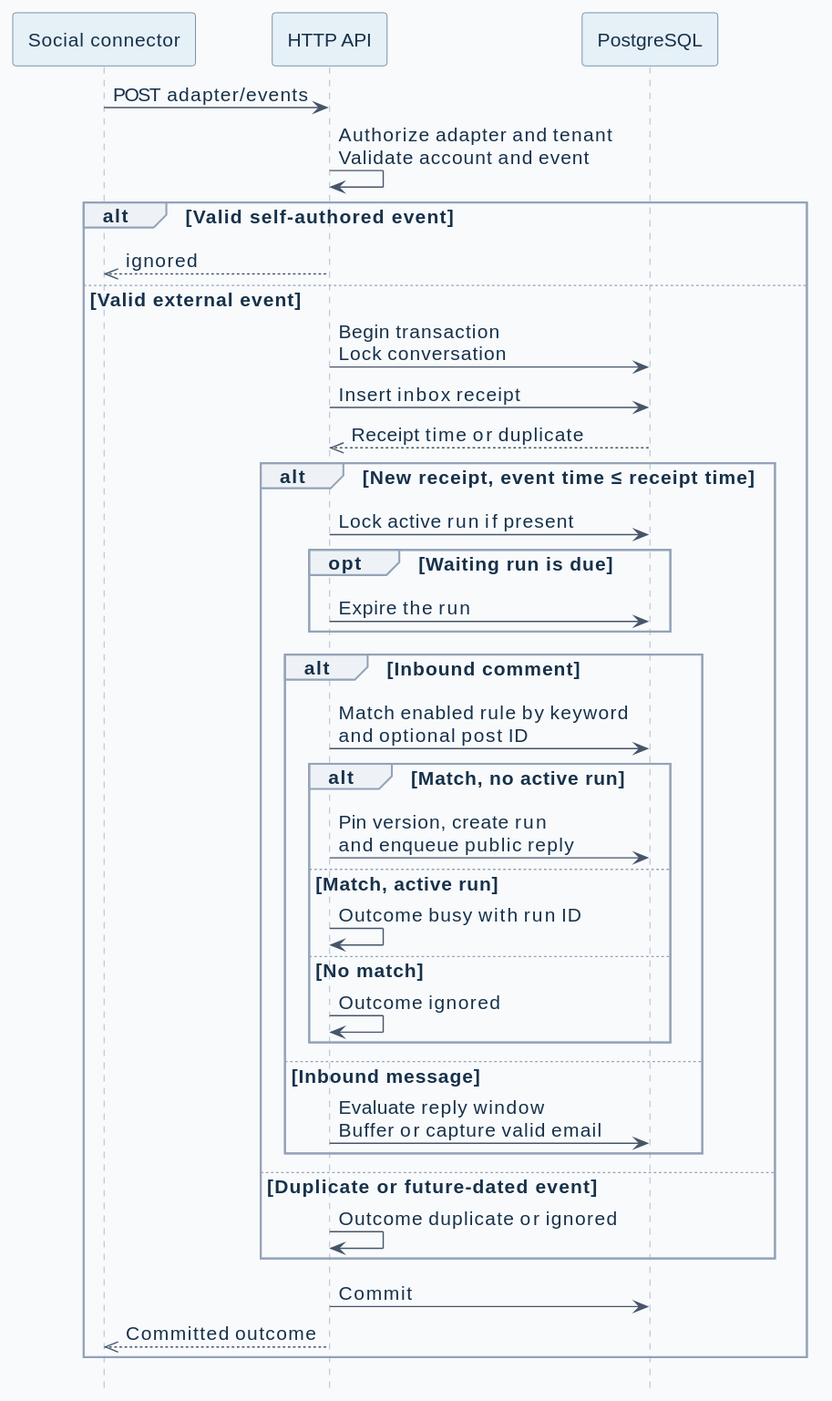
This is docs/diagrams/ingestion.svg from ByAxe/blotato-comment-automations, a PlantUML export, as it was before one commit. Its source is kept beside it as docs/diagrams/ingestion.puml.
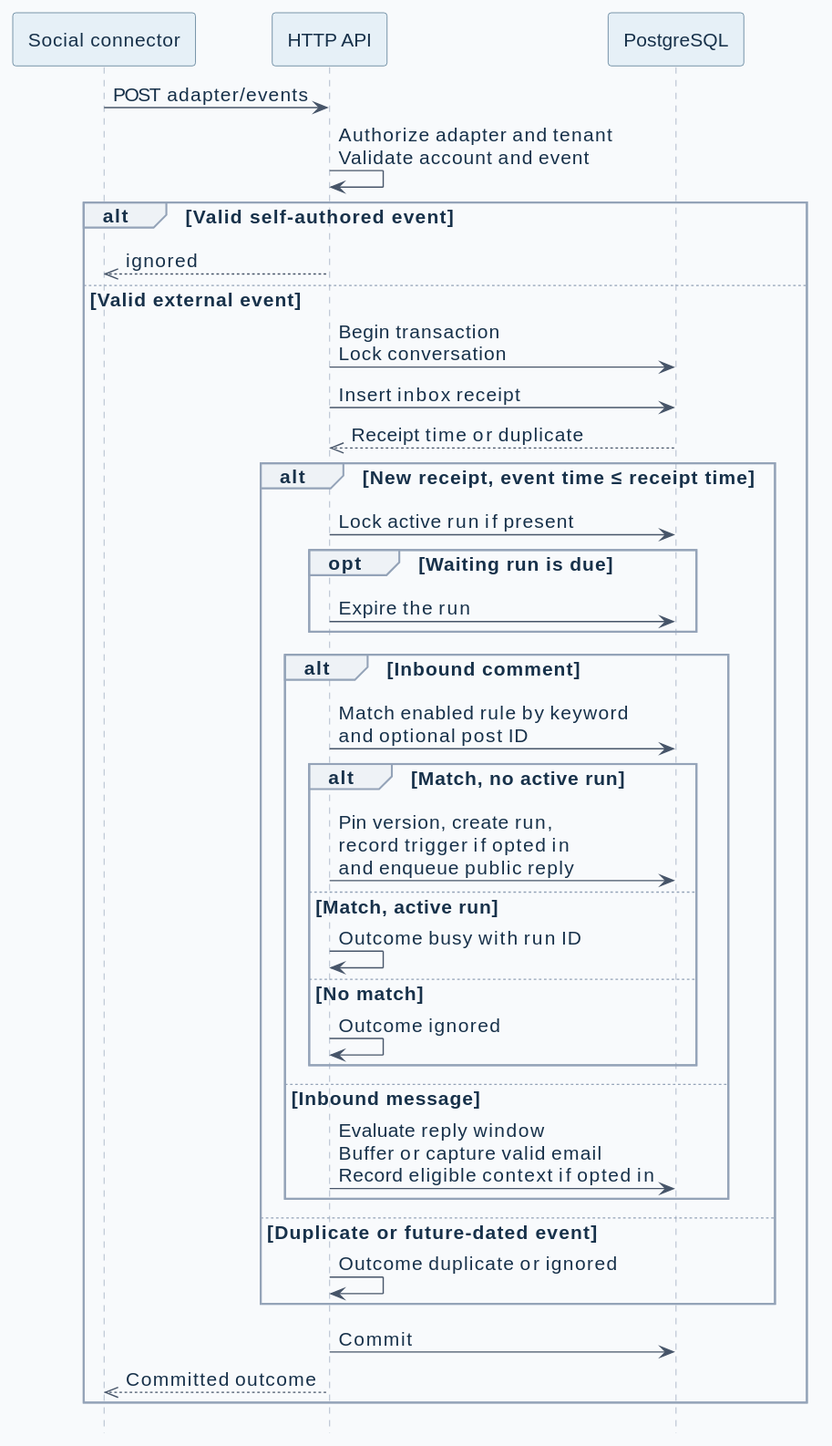
After the commit.

Diff of the diagram source:
```diff
@@ -39,14 +39,14 @@
     alt Inbound comment
       api -> db : Match enabled rule by keyword\nand optional post ID
       alt Match, no active run
-        api -> db : Pin version, create run\nand enqueue public reply
+        api -> db : Pin version, create run,\nrecord trigger if opted in\nand enqueue public reply
       else Match, active run
         api -> api : Outcome busy with run ID
       else No match
         api -> api : Outcome ignored
       end
     else Inbound message
-      api -> db : Evaluate reply window\nBuffer or capture valid email
+      api -> db : Evaluate reply window\nBuffer or capture valid email\nRecord eligible context if opted in
     end
   else Duplicate or future-dated event
     api -> api : Outcome duplicate or ignored
```
